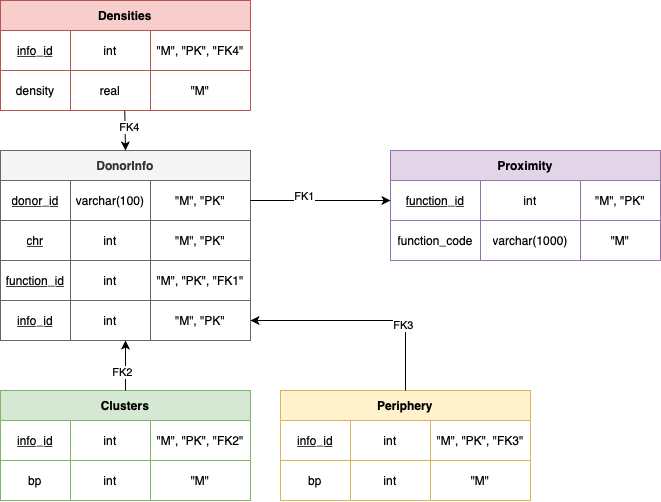
Earlier version of the draw.io export chromo.png (Timoniche/DenseWeightedSubgraph). Source tidied: cells renumbered, new cells last; positions are measured from the earlier drawing's top-left corner, leaving out a move shared by most shapes.
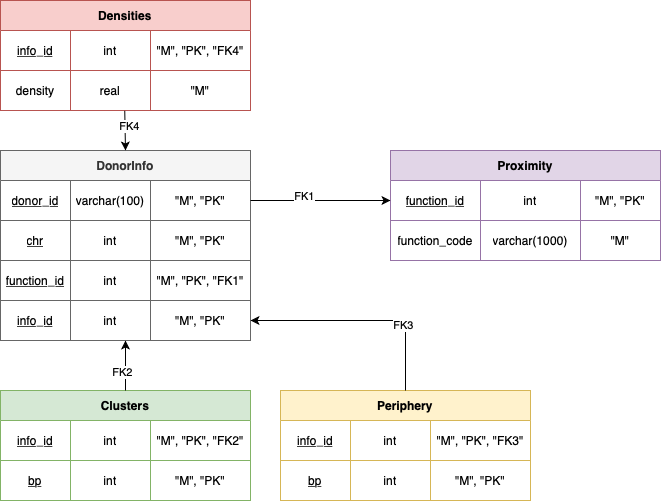
Later version of the same file.

What changed in the source:
```diff
@@ -20,13 +20,13 @@
     <mxCell id="7" style="shape=partialRectangle;html=1;whiteSpace=wrap;fillColor=none;top=0;left=0;bottom=0;right=0;" parent="2" vertex="1">
       <mxGeometry y="70" width="250" height="40" as="geometry" />
     </mxCell>
-    <mxCell id="8" value="bp" style="shape=partialRectangle;html=1;whiteSpace=wrap;fillColor=none;top=0;left=0;bottom=0;right=0;overflow=hidden;" parent="7" vertex="1">
+    <mxCell id="8" value="&lt;u&gt;bp&lt;/u&gt;" style="shape=partialRectangle;html=1;whiteSpace=wrap;fillColor=none;top=0;left=0;bottom=0;right=0;overflow=hidden;" parent="7" vertex="1">
       <mxGeometry width="70" height="40" as="geometry" />
     </mxCell>
     <mxCell id="9" value="int" style="shape=partialRectangle;html=1;whiteSpace=wrap;fillColor=none;top=0;left=0;bottom=0;right=0;overflow=hidden;" parent="7" vertex="1">
       <mxGeometry x="70" width="80" height="40" as="geometry" />
     </mxCell>
-    <mxCell id="10" value="&quot;M&quot;" style="shape=partialRectangle;html=1;whiteSpace=wrap;fillColor=none;top=0;left=0;bottom=0;right=0;overflow=hidden;" parent="7" vertex="1">
+    <mxCell id="10" value="&quot;M&quot;, &quot;PK&quot;" style="shape=partialRectangle;html=1;whiteSpace=wrap;fillColor=none;top=0;left=0;bottom=0;right=0;overflow=hidden;" parent="7" vertex="1">
       <mxGeometry x="150" width="100" height="40" as="geometry" />
     </mxCell>
     <mxCell id="11" value="Proximity" style="shape=table;html=1;whiteSpace=wrap;startSize=30;fontStyle=1;align=center;fillColor=#e1d5e7;strokeColor=#9673a6;" parent="1" vertex="1">
@@ -74,13 +74,13 @@
     <mxCell id="25" style="shape=partialRectangle;html=1;whiteSpace=wrap;fillColor=none;top=0;left=0;bottom=0;right=0;" parent="20" vertex="1">
       <mxGeometry y="70" width="250" height="40" as="geometry" />
     </mxCell>
-    <mxCell id="26" value="bp" style="shape=partialRectangle;html=1;whiteSpace=wrap;fillColor=none;top=0;left=0;bottom=0;right=0;overflow=hidden;" parent="25" vertex="1">
+    <mxCell id="26" value="&lt;u&gt;bp&lt;/u&gt;" style="shape=partialRectangle;html=1;whiteSpace=wrap;fillColor=none;top=0;left=0;bottom=0;right=0;overflow=hidden;" parent="25" vertex="1">
       <mxGeometry width="70" height="40" as="geometry" />
     </mxCell>
     <mxCell id="27" value="int" style="shape=partialRectangle;html=1;whiteSpace=wrap;fillColor=none;top=0;left=0;bottom=0;right=0;overflow=hidden;" parent="25" vertex="1">
       <mxGeometry x="70" width="80" height="40" as="geometry" />
     </mxCell>
-    <mxCell id="28" value="&quot;M&quot;" style="shape=partialRectangle;html=1;whiteSpace=wrap;fillColor=none;top=0;left=0;bottom=0;right=0;overflow=hidden;" parent="25" vertex="1">
+    <mxCell id="28" value="&quot;M&quot;, &quot;PK&quot;" style="shape=partialRectangle;html=1;whiteSpace=wrap;fillColor=none;top=0;left=0;bottom=0;right=0;overflow=hidden;" parent="25" vertex="1">
       <mxGeometry x="150" width="100" height="40" as="geometry" />
     </mxCell>
     <mxCell id="29" value="DonorInfo" style="shape=table;html=1;whiteSpace=wrap;startSize=30;fontStyle=1;align=center;fillColor=#f5f5f5;strokeColor=#666666;fontColor=#333333;" parent="1" vertex="1">
```
